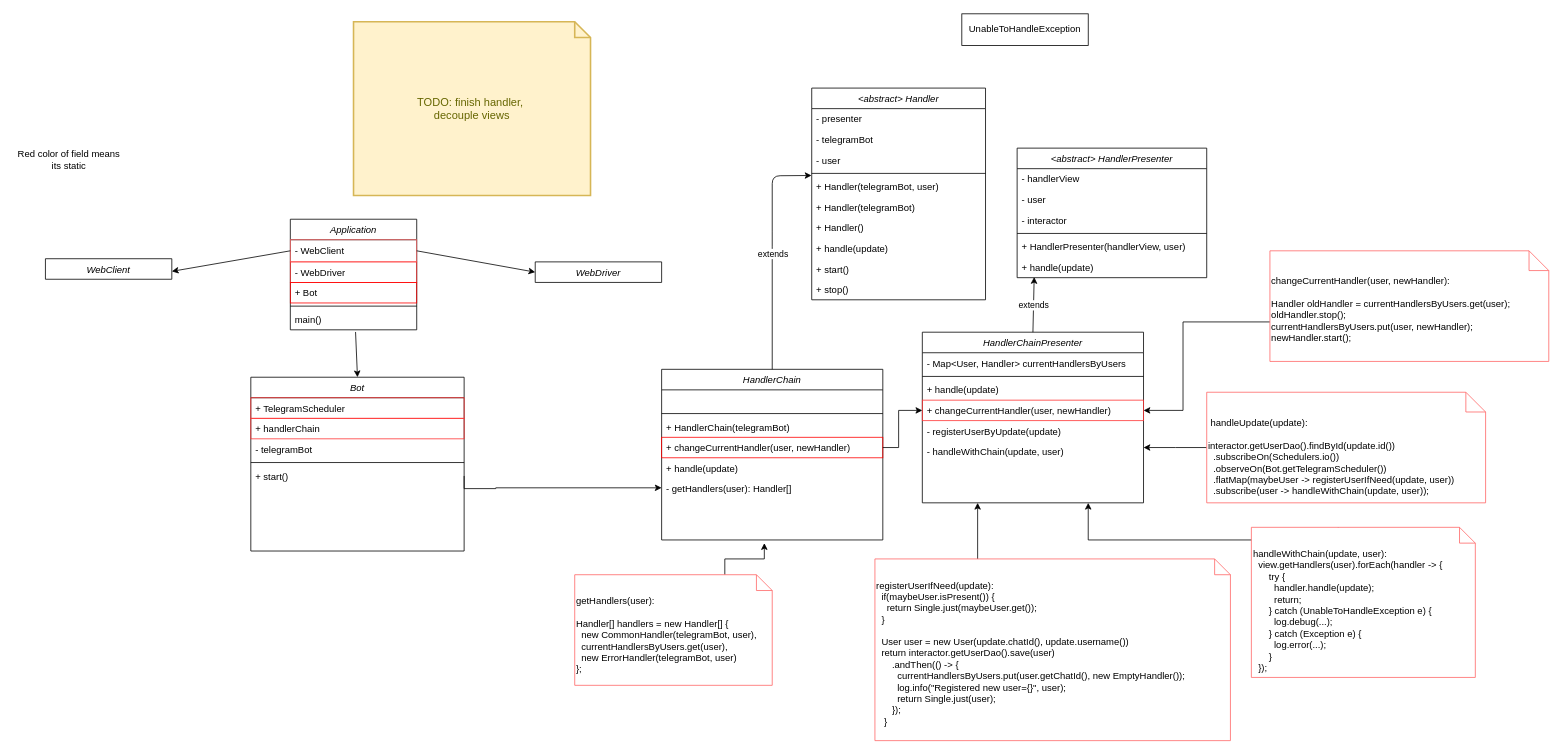
The draw.io diagram HWBot.drawio in granlovestea/HWBot, before the edit. Source tidied: cells renumbered, new cells numbered last; positions are measured from the earlier drawing's top-left corner, leaving out a move shared by most shapes. Both pictures are drawn from the tidied source at 79%, with x=0, y=0 at pixel (13, 13).
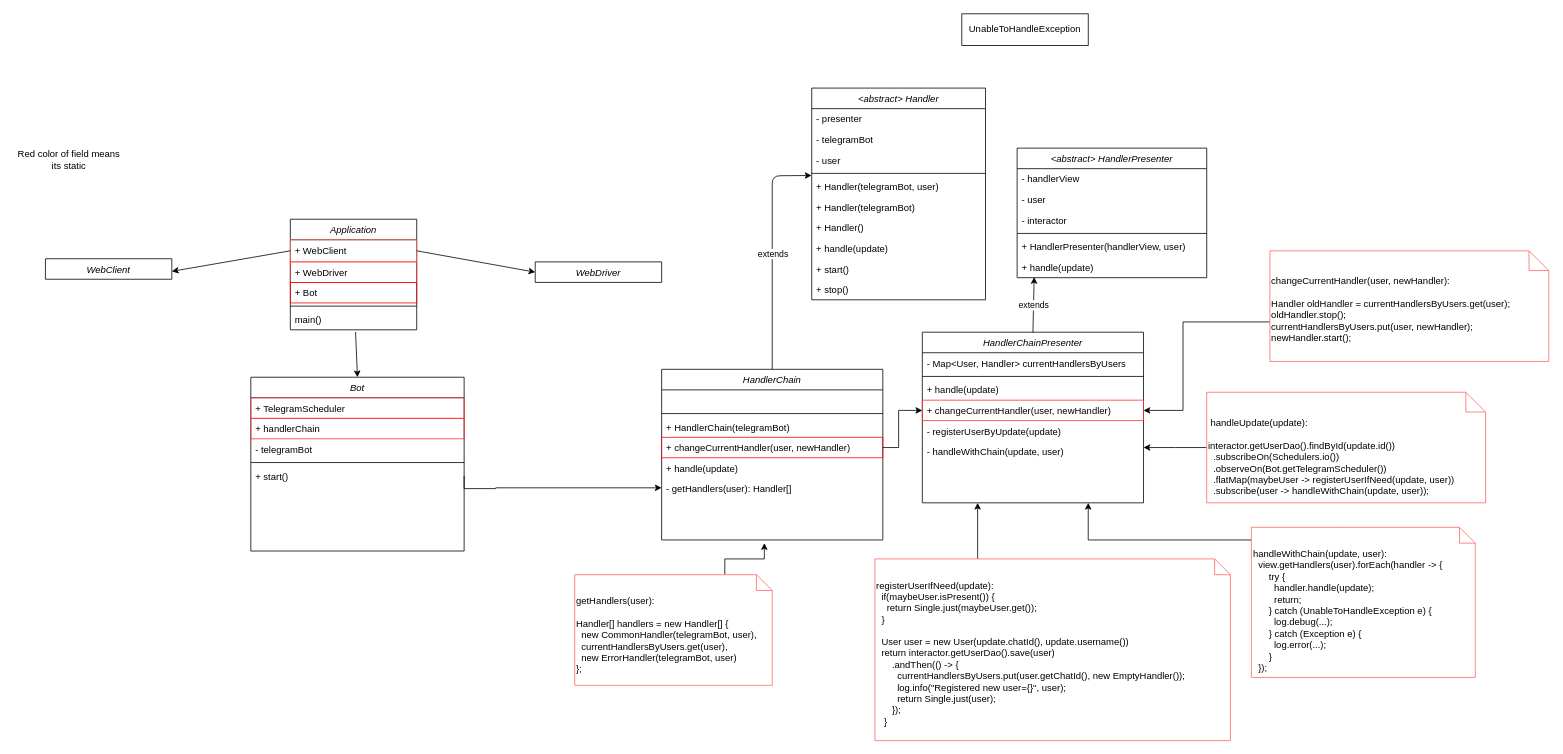
After the change.

Commit message:
Fixed some fields access

Unchanged cells that the change refers to:
```xml
<mxCell id="2" value="Application&#10;" style="swimlane;fontStyle=2;align=center;verticalAlign=top;horizontal=1;startSize=26;rounded=0;shadow=0;strokeWidth=1;" parent="1" vertex="1">
  <mxGeometry x="350" y="260" width="160" height="140" as="geometry" />
</mxCell>
```

Change to the diagram source:
```diff
@@
-    <mxCell id="3" value="- WebClient" style="text;align=left;verticalAlign=top;spacingLeft=4;spacingRight=4;overflow=hidden;points=[[0,0.5],[1,0.5]];portConstraint=eastwest;rounded=0;shadow=0;html=0;strokeColor=#FF6666;" parent="2" vertex="1">
+    <mxCell id="3" value="+ WebClient" style="text;align=left;verticalAlign=top;spacingLeft=4;spacingRight=4;overflow=hidden;points=[[0,0.5],[1,0.5]];portConstraint=eastwest;rounded=0;shadow=0;html=0;strokeColor=#FF6666;" parent="2" vertex="1">
       <mxGeometry y="26" width="160" height="28" as="geometry" />
     </mxCell>
-    <mxCell id="4" value="- WebDriver" style="text;align=left;verticalAlign=top;spacingLeft=4;spacingRight=4;overflow=hidden;strokeColor=#FF3333;" parent="2" vertex="1">
+    <mxCell id="4" value="+ WebDriver" style="text;align=left;verticalAlign=top;spacingLeft=4;spacingRight=4;overflow=hidden;strokeColor=#FF3333;" parent="2" vertex="1">
       <mxGeometry y="54" width="160" height="26" as="geometry" />
     </mxCell>
@@
-    <mxCell id="41" value="TODO: finish handler,&amp;nbsp;&lt;br&gt;decouple views" style="shape=note;strokeWidth=2;fontSize=14;size=20;whiteSpace=wrap;html=1;fillColor=#fff2cc;strokeColor=#d6b656;fontColor=#666600;" parent="1" vertex="1">
-      <mxGeometry x="430" y="10" width="300" height="220" as="geometry" />
-    </mxCell>
```
